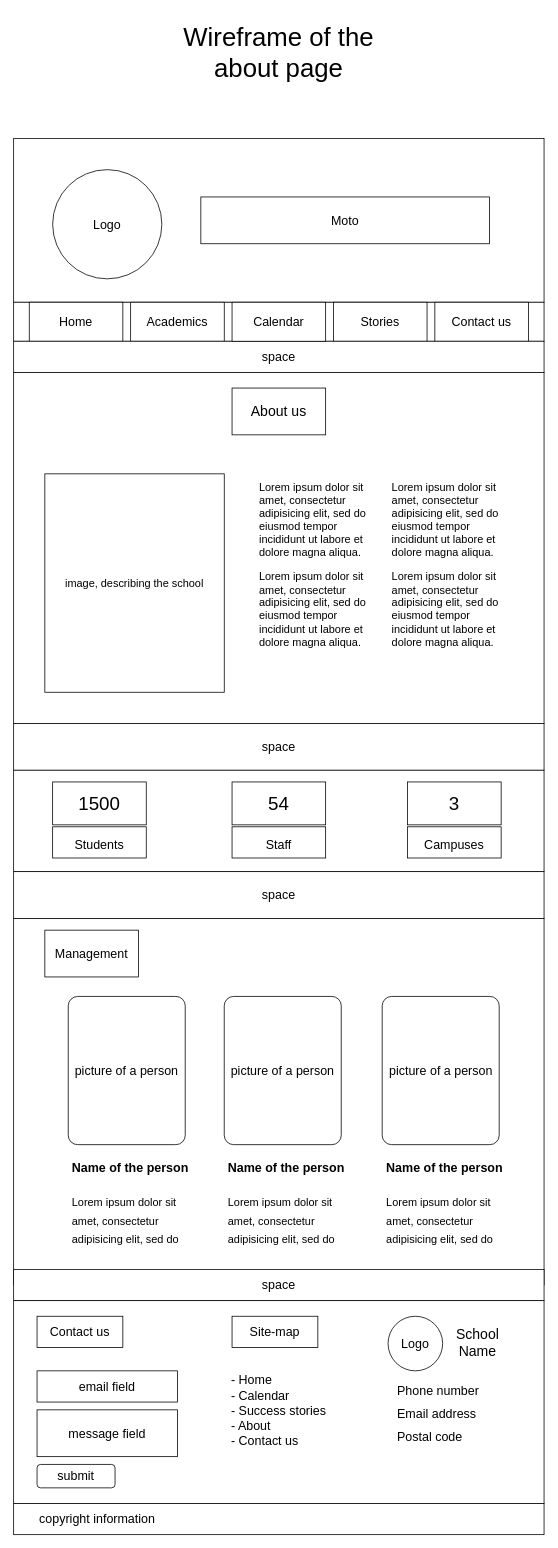
Earlier version of the draw.io diagram design/about_page_wireframe.drawio (sami-bre/UGR-0848-13). Source tidied: cells renumbered, new cells numbered last; positions are measured from the earlier drawing's top-left corner, leaving out a move shared by most shapes. Both pictures are drawn from the tidied source at 78%, with x=0, y=0 at pixel (13, 13).
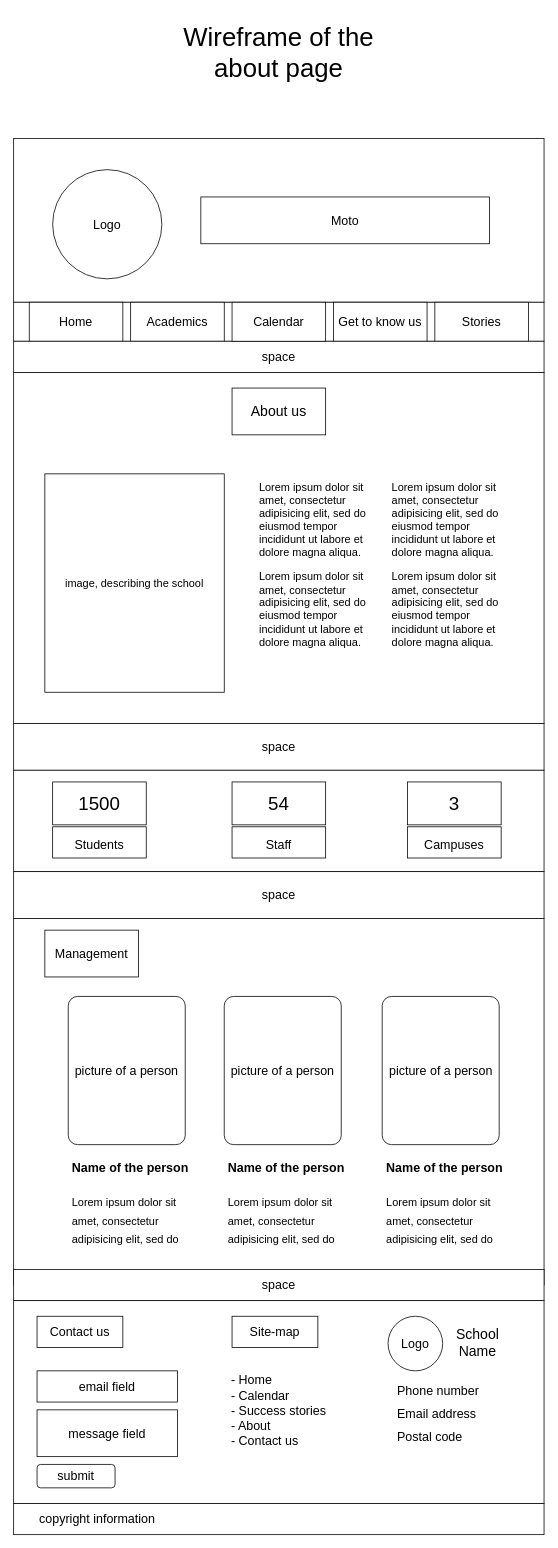
The same page after the edit.

What changed in the source:
```diff
@@
-    <mxCell id="9" value="Stories" style="rounded=0;whiteSpace=wrap;html=1;fontSize=16;" parent="1" vertex="1">
+    <mxCell id="9" value="Get to know us" style="rounded=0;whiteSpace=wrap;html=1;fontSize=16;" parent="1" vertex="1">
       <mxGeometry x="410" y="370" width="120" height="50" as="geometry" />
     </mxCell>
-    <mxCell id="10" value="Contact us" style="rounded=0;whiteSpace=wrap;html=1;fontSize=16;" parent="1" vertex="1">
+    <mxCell id="10" value="Stories" style="rounded=0;whiteSpace=wrap;html=1;fontSize=16;" parent="1" vertex="1">
       <mxGeometry x="540" y="370" width="120" height="50" as="geometry" />
     </mxCell>
```
